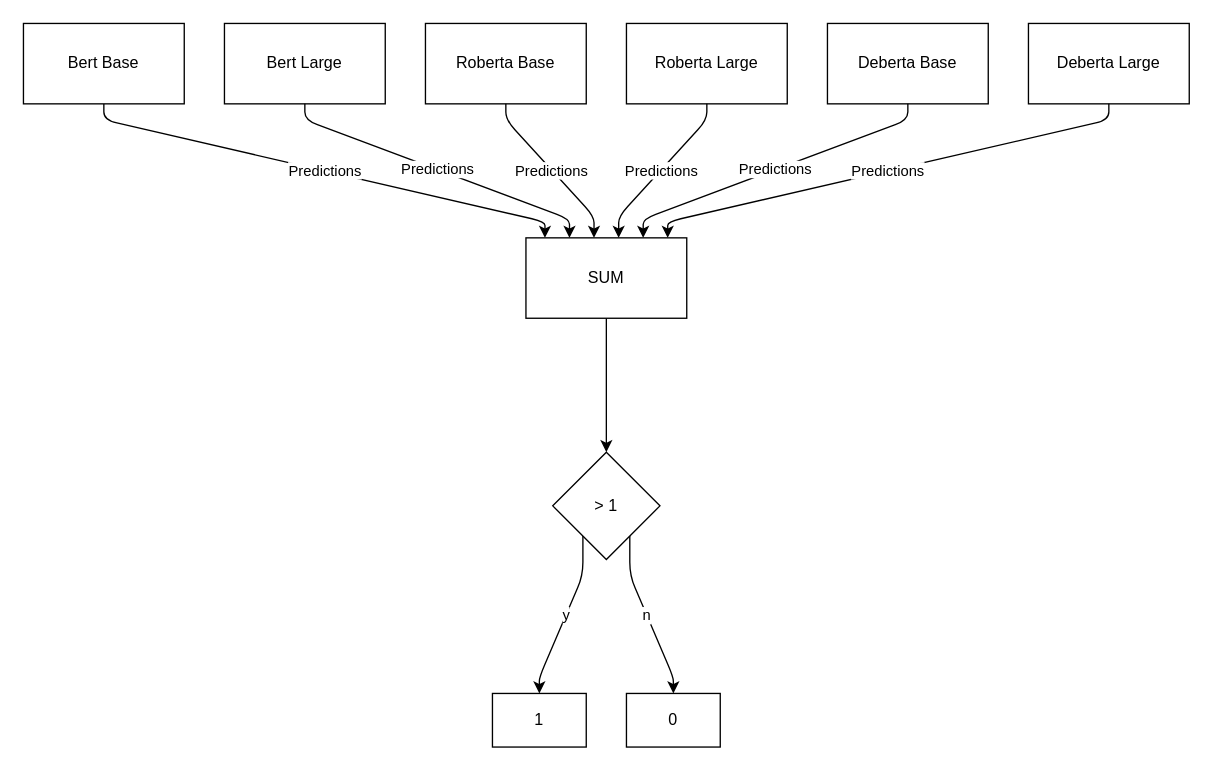
diegodimer/valueeval24 keeps this draw.io diagram as diagrams/preds-majority.drawio. Above is the earlier version. Source tidied: cells renumbered, new cells numbered last; positions are measured from the earlier drawing's top-left corner, leaving out a move shared by most shapes. Both pictures are drawn from the tidied source at 134%, with x=0, y=0 at pixel (23, 23).
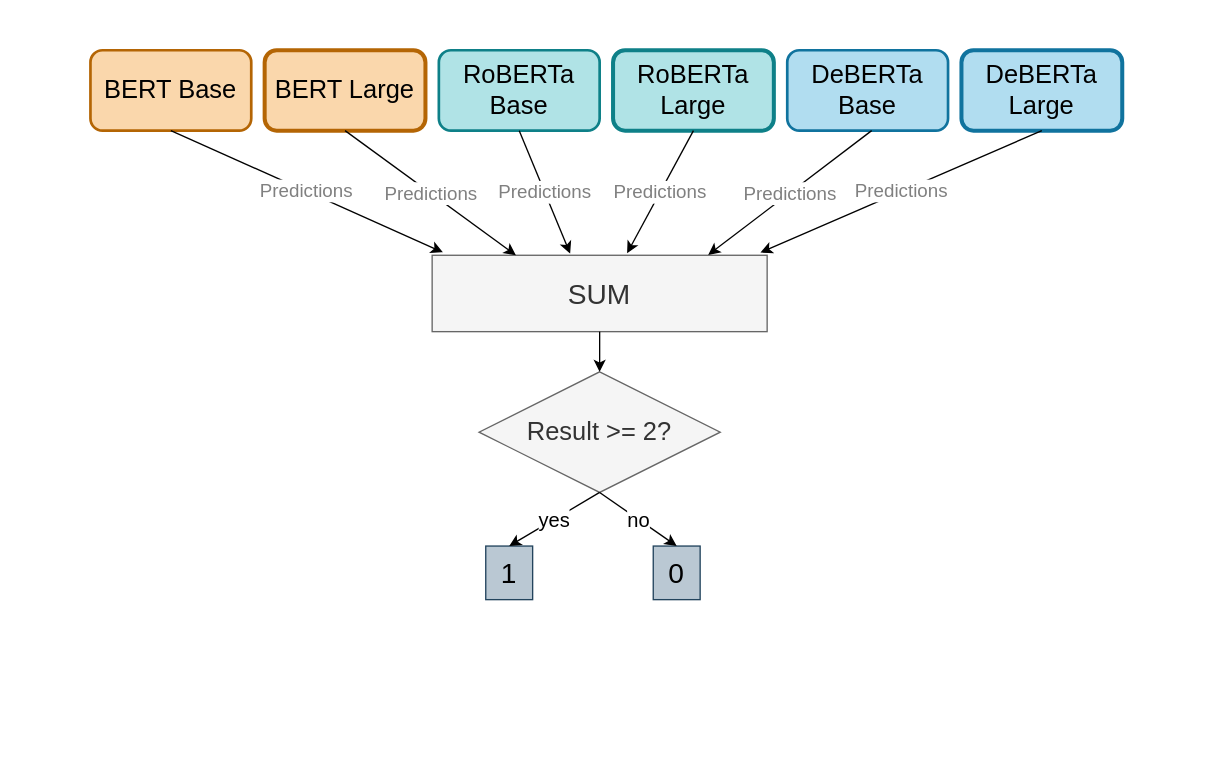
The same page after the edit.

The edit, as a diff of the source:
```diff
@@
-    <mxCell id="2" value="Predictions" style="edgeStyle=none;html=1;noEdgeStyle=1;orthogonal=1;" parent="1" edge="1" source="3" target="10">
-      <mxGeometry relative="1" as="geometry">
-        <Array as="points">
-          <mxPoint x="60" y="72" />
-          <mxPoint x="389.2" y="148" />
-        </Array>
-      </mxGeometry>
-    </mxCell>
-    <mxCell id="3" value="Bert Base" style="rounded=0;whiteSpace=wrap;html=1;" parent="1" vertex="1">
-      <mxGeometry width="120" height="60" as="geometry" />
-    </mxCell>
-    <mxCell id="4" value="Bert Large" style="rounded=0;whiteSpace=wrap;html=1;" parent="1" vertex="1">
-      <mxGeometry x="150" width="120" height="60" as="geometry" />
-    </mxCell>
-    <mxCell id="5" value="Roberta Base" style="rounded=0;whiteSpace=wrap;html=1;" parent="1" vertex="1">
-      <mxGeometry x="300" width="120" height="60" as="geometry" />
-    </mxCell>
-    <mxCell id="6" value="Roberta Large" style="rounded=0;whiteSpace=wrap;html=1;" parent="1" vertex="1">
-      <mxGeometry x="450" width="120" height="60" as="geometry" />
-    </mxCell>
-    <mxCell id="7" value="Deberta Base" style="rounded=0;whiteSpace=wrap;html=1;" parent="1" vertex="1">
-      <mxGeometry x="600" width="120" height="60" as="geometry" />
-    </mxCell>
-    <mxCell id="8" value="Deberta Large" style="rounded=0;whiteSpace=wrap;html=1;" parent="1" vertex="1">
-      <mxGeometry x="750" width="120" height="60" as="geometry" />
-    </mxCell>
-    <mxCell id="9" style="edgeStyle=none;html=1;noEdgeStyle=1;orthogonal=1;" parent="1" edge="1" source="10" target="13">
-      <mxGeometry relative="1" as="geometry">
-        <Array as="points">
-          <mxPoint x="435" y="232" />
-          <mxPoint x="435" y="308" />
-        </Array>
-      </mxGeometry>
-    </mxCell>
-    <mxCell id="10" value="SUM" style="rounded=0;whiteSpace=wrap;html=1;" parent="1" vertex="1">
-      <mxGeometry x="375" y="160" width="120" height="60" as="geometry" />
+    <mxCell id="10" value="&lt;font style=&quot;font-size: 21px;&quot;&gt;SUM&lt;/font&gt;" style="rounded=0;whiteSpace=wrap;html=1;fillColor=#f5f5f5;fontColor=#333333;strokeColor=#666666;" parent="1" vertex="1">
+      <mxGeometry x="305" y="173" width="250" height="57" as="geometry" />
     </mxCell>
-    <mxCell id="11" value="y" style="edgeStyle=none;html=1;noEdgeStyle=1;orthogonal=1;" parent="1" edge="1" source="13" target="14">
-      <mxGeometry relative="1" as="geometry">
-        <Array as="points">
-          <mxPoint x="417.5" y="412" />
-          <mxPoint x="385" y="488" />
-        </Array>
-      </mxGeometry>
-    </mxCell>
-    <mxCell id="12" value="n" style="edgeStyle=none;html=1;noEdgeStyle=1;orthogonal=1;" parent="1" edge="1" source="13" target="15">
-      <mxGeometry relative="1" as="geometry">
-        <Array as="points">
-          <mxPoint x="452.5" y="412" />
-          <mxPoint x="485" y="488" />
-        </Array>
-      </mxGeometry>
-    </mxCell>
-    <mxCell id="13" value="&amp;gt; 1" style="rhombus;whiteSpace=wrap;html=1;" parent="1" vertex="1">
-      <mxGeometry x="395" y="320" width="80" height="80" as="geometry" />
-    </mxCell>
+    <mxCell id="21" value="BERT Base" style="rounded=1;whiteSpace=wrap;html=1;fontSize=19;fillColor=#fad7ac;strokeColor=#b46504;strokeWidth=2;" parent="1" vertex="1">
+      <mxGeometry x="50" y="20" width="120" height="60" as="geometry" />
+    </mxCell>
+    <mxCell id="22" value="BERT Large" style="rounded=1;whiteSpace=wrap;html=1;fontSize=19;fillColor=#fad7ac;strokeColor=#b46504;strokeWidth=3;" parent="1" vertex="1">
+      <mxGeometry x="180" y="20" width="120" height="60" as="geometry" />
+    </mxCell>
+    <mxCell id="23" value="RoBERTa Base" style="rounded=1;whiteSpace=wrap;html=1;fontSize=19;fillColor=#b0e3e6;strokeColor=#0e8088;strokeWidth=2;" parent="1" vertex="1">
+      <mxGeometry x="310" y="20" width="120" height="60" as="geometry" />
+    </mxCell>
+    <mxCell id="24" value="RoBERTa Large" style="rounded=1;whiteSpace=wrap;html=1;fontSize=19;fillColor=#b0e3e6;strokeColor=#0e8088;strokeWidth=3;" parent="1" vertex="1">
+      <mxGeometry x="440" y="20" width="120" height="60" as="geometry" />
+    </mxCell>
+    <mxCell id="25" value="DeBERTa Base" style="rounded=1;whiteSpace=wrap;html=1;fontSize=19;fillColor=#b1ddf0;strokeColor=#10739e;strokeWidth=2;" parent="1" vertex="1">
+      <mxGeometry x="570" y="20" width="120" height="60" as="geometry" />
+    </mxCell>
+    <mxCell id="26" value="DeBERTa Large" style="rounded=1;whiteSpace=wrap;html=1;fontSize=19;fillColor=#b1ddf0;strokeColor=#10739e;strokeWidth=3;" parent="1" vertex="1">
+      <mxGeometry x="700" y="20" width="120" height="60" as="geometry" />
+    </mxCell>
+    <mxCell id="27" value="Predictions" style="endArrow=classic;html=1;rounded=0;exitX=0.5;exitY=1;exitDx=0;exitDy=0;entryX=0.032;entryY=-0.039;entryDx=0;entryDy=0;entryPerimeter=0;fontSize=14;fontColor=#808080;" parent="1" edge="1" target="10">
+      <mxGeometry relative="1" as="geometry">
+        <mxPoint x="110" y="80" as="sourcePoint" />
+      </mxGeometry>
+    </mxCell>
+    <mxCell id="28" value="Predictions" style="endArrow=classic;html=1;rounded=0;exitX=0.5;exitY=1;exitDx=0;exitDy=0;fontSize=14;fontColor=#808080;" parent="1" edge="1" source="26">
+      <mxGeometry relative="1" as="geometry">
+        <mxPoint x="550" y="171" as="targetPoint" />
+      </mxGeometry>
+    </mxCell>
+    <mxCell id="29" value="Predictions" style="endArrow=classic;html=1;rounded=0;exitX=0.5;exitY=1;exitDx=0;exitDy=0;fontSize=14;fontColor=#808080;entryX=0.25;entryY=0;entryDx=0;entryDy=0;" parent="1" edge="1" target="10">
+      <mxGeometry relative="1" as="geometry">
+        <mxPoint x="240" y="80" as="sourcePoint" />
+      </mxGeometry>
+    </mxCell>
+    <mxCell id="30" value="Predictions" style="endArrow=classic;html=1;rounded=0;exitX=0.5;exitY=1;exitDx=0;exitDy=0;fontSize=14;fontColor=#808080;entryX=0.824;entryY=-0.005;entryDx=0;entryDy=0;entryPerimeter=0;" parent="1" edge="1" target="10">
+      <mxGeometry relative="1" as="geometry">
+        <mxPoint x="633" y="80" as="sourcePoint" />
+      </mxGeometry>
+    </mxCell>
+    <mxCell id="31" value="Predictions" style="endArrow=classic;html=1;rounded=0;exitX=0.5;exitY=1;exitDx=0;exitDy=0;entryX=0.412;entryY=-0.022;entryDx=0;entryDy=0;entryPerimeter=0;fontSize=14;fontColor=#808080;" parent="1" edge="1" source="23" target="10">
+      <mxGeometry relative="1" as="geometry" />
+    </mxCell>
+    <mxCell id="32" value="Predictions" style="endArrow=classic;html=1;rounded=0;exitX=0.5;exitY=1;exitDx=0;exitDy=0;entryX=0.582;entryY=-0.026;entryDx=0;entryDy=0;entryPerimeter=0;fontSize=14;fontColor=#808080;" parent="1" edge="1" source="24" target="10">
+      <mxGeometry relative="1" as="geometry" />
+    </mxCell>
+    <mxCell id="33" value="&lt;div style=&quot;font-size: 19px;&quot;&gt;Result &amp;gt;= 2?&lt;/div&gt;" style="rhombus;whiteSpace=wrap;html=1;fontSize=19;fillColor=#f5f5f5;fontColor=#333333;strokeColor=#666666;labelPosition=center;verticalLabelPosition=middle;align=center;verticalAlign=middle;" parent="1" vertex="1">
+      <mxGeometry x="340" y="260" width="180" height="90" as="geometry" />
+    </mxCell>
+    <mxCell id="34" style="endArrow=classic;html=1;rounded=0;exitX=0.5;exitY=1;exitDx=0;exitDy=0;entryX=0.5;entryY=0;entryDx=0;entryDy=0;" parent="1" edge="1" target="33">
+      <mxGeometry relative="1" as="geometry">
+        <mxPoint x="430" y="230" as="sourcePoint" />
+      </mxGeometry>
+    </mxCell>
-    <mxCell id="14" value="1" style="rounded=0;whiteSpace=wrap;html=1;" parent="1" vertex="1">
-      <mxGeometry x="350" y="500" width="70" height="40" as="geometry" />
+    <mxCell id="14" value="&lt;font style=&quot;font-size: 21px;&quot;&gt;1&lt;/font&gt;" style="rounded=0;whiteSpace=wrap;html=1;fillColor=#bac8d3;strokeColor=#23445d;fontSize=21;" parent="1" vertex="1">
+      <mxGeometry x="345" y="390" width="35" height="40" as="geometry" />
     </mxCell>
-    <mxCell id="15" value="0" style="rounded=0;whiteSpace=wrap;html=1;" parent="1" vertex="1">
-      <mxGeometry x="450" y="500" width="70" height="40" as="geometry" />
+    <mxCell id="15" value="&lt;font style=&quot;font-size: 21px;&quot;&gt;0&lt;/font&gt;" style="rounded=0;whiteSpace=wrap;html=1;fillColor=#bac8d3;strokeColor=#23445d;fontSize=21;" parent="1" vertex="1">
+      <mxGeometry x="470" y="390" width="35" height="40" as="geometry" />
     </mxCell>
-    <mxCell id="16" value="Predictions" style="edgeStyle=none;html=1;noEdgeStyle=1;orthogonal=1;" parent="1" edge="1" source="4" target="10">
-      <mxGeometry relative="1" as="geometry">
-        <Array as="points">
-          <mxPoint x="210" y="72" />
-          <mxPoint x="407.5" y="146" />
-        </Array>
-      </mxGeometry>
-    </mxCell>
-    <mxCell id="17" value="Predictions" style="edgeStyle=none;html=1;noEdgeStyle=1;orthogonal=1;" parent="1" edge="1" source="5" target="10">
-      <mxGeometry relative="1" as="geometry">
-        <Array as="points">
-          <mxPoint x="360" y="72" />
-          <mxPoint x="425.8" y="144" />
-        </Array>
-      </mxGeometry>
-    </mxCell>
-    <mxCell id="18" value="Predictions" style="edgeStyle=none;html=1;noEdgeStyle=1;orthogonal=1;" parent="1" edge="1" source="6" target="10">
-      <mxGeometry relative="1" as="geometry">
-        <Array as="points">
-          <mxPoint x="510" y="72" />
-          <mxPoint x="444.2" y="144" />
-        </Array>
-      </mxGeometry>
-    </mxCell>
-    <mxCell id="19" value="Predictions" style="edgeStyle=none;html=1;noEdgeStyle=1;orthogonal=1;" parent="1" edge="1" source="7" target="10">
-      <mxGeometry relative="1" as="geometry">
-        <Array as="points">
-          <mxPoint x="660" y="72" />
-          <mxPoint x="462.5" y="146" />
-        </Array>
-      </mxGeometry>
-    </mxCell>
-    <mxCell id="20" value="Predictions" style="edgeStyle=none;html=1;noEdgeStyle=1;orthogonal=1;" parent="1" edge="1" source="8" target="10">
-      <mxGeometry relative="1" as="geometry">
-        <Array as="points">
-          <mxPoint x="810" y="72" />
-          <mxPoint x="480.8" y="148" />
-        </Array>
-      </mxGeometry>
-    </mxCell>
+    <mxCell id="35" value="yes" style="endArrow=classic;html=1;rounded=0;exitX=0.5;exitY=1;exitDx=0;exitDy=0;entryX=0.5;entryY=0;entryDx=0;entryDy=0;fontSize=15;" parent="1" edge="1" source="33" target="14">
+      <mxGeometry relative="1" as="geometry" />
+    </mxCell>
+    <mxCell id="36" value="no" style="endArrow=classic;html=1;rounded=0;entryX=0.5;entryY=0;entryDx=0;entryDy=0;fontSize=15;" parent="1" edge="1" target="15">
+      <mxGeometry relative="1" as="geometry">
+        <mxPoint x="430" y="350" as="sourcePoint" />
+      </mxGeometry>
+    </mxCell>
```
